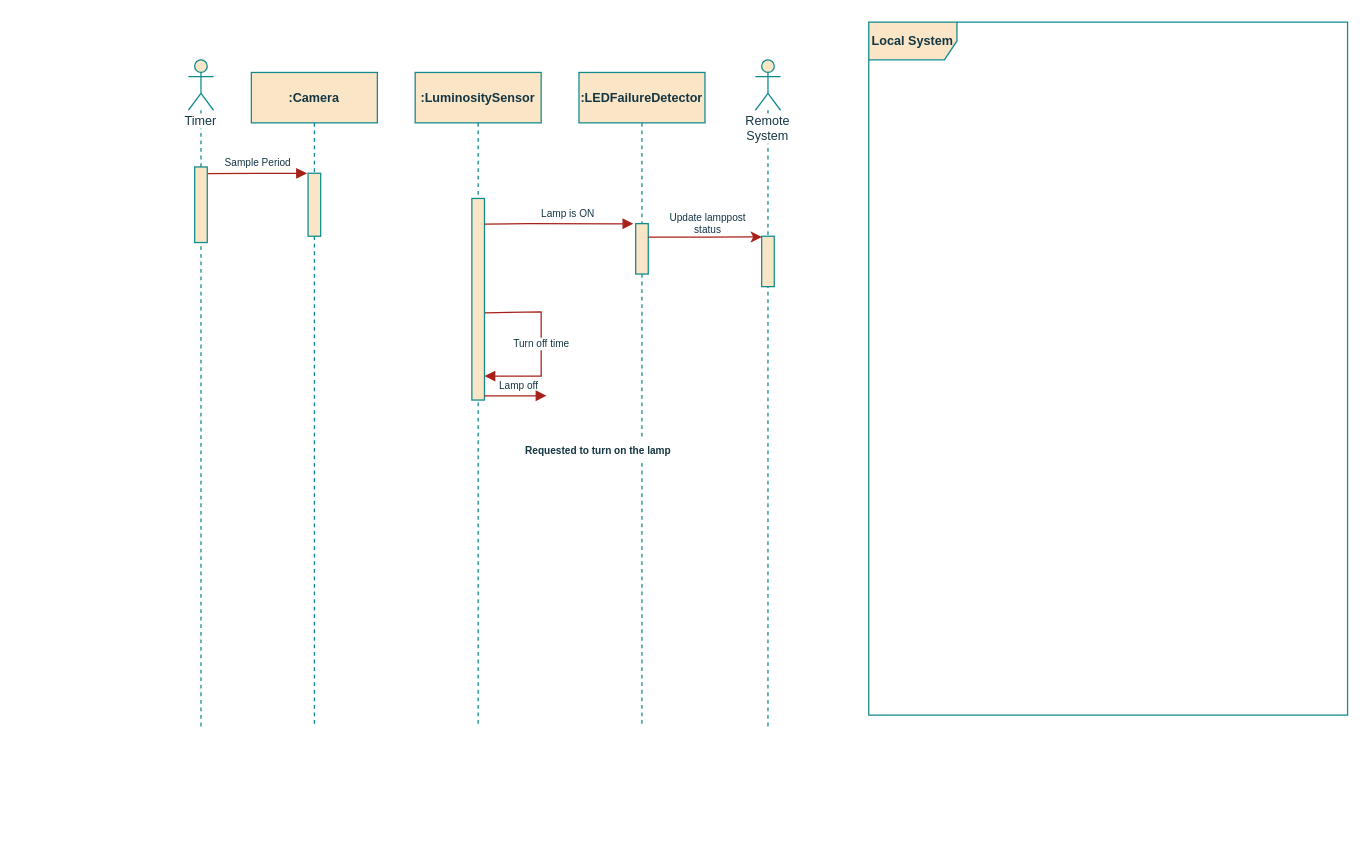
This is page "LS_SeqDiagram_Sensors" (3 of 10) of project/report/flowcharts/LocalSystem.drawio from ESRGgroup9/slipad, a draw.io file, before an edit. Source tidied: cells renumbered, new cells numbered last; positions are measured from the earlier drawing's top-left corner, leaving out a move shared by most shapes. Both pictures are drawn from the tidied source at 126%, with x=0, y=0 at pixel (188, 21).
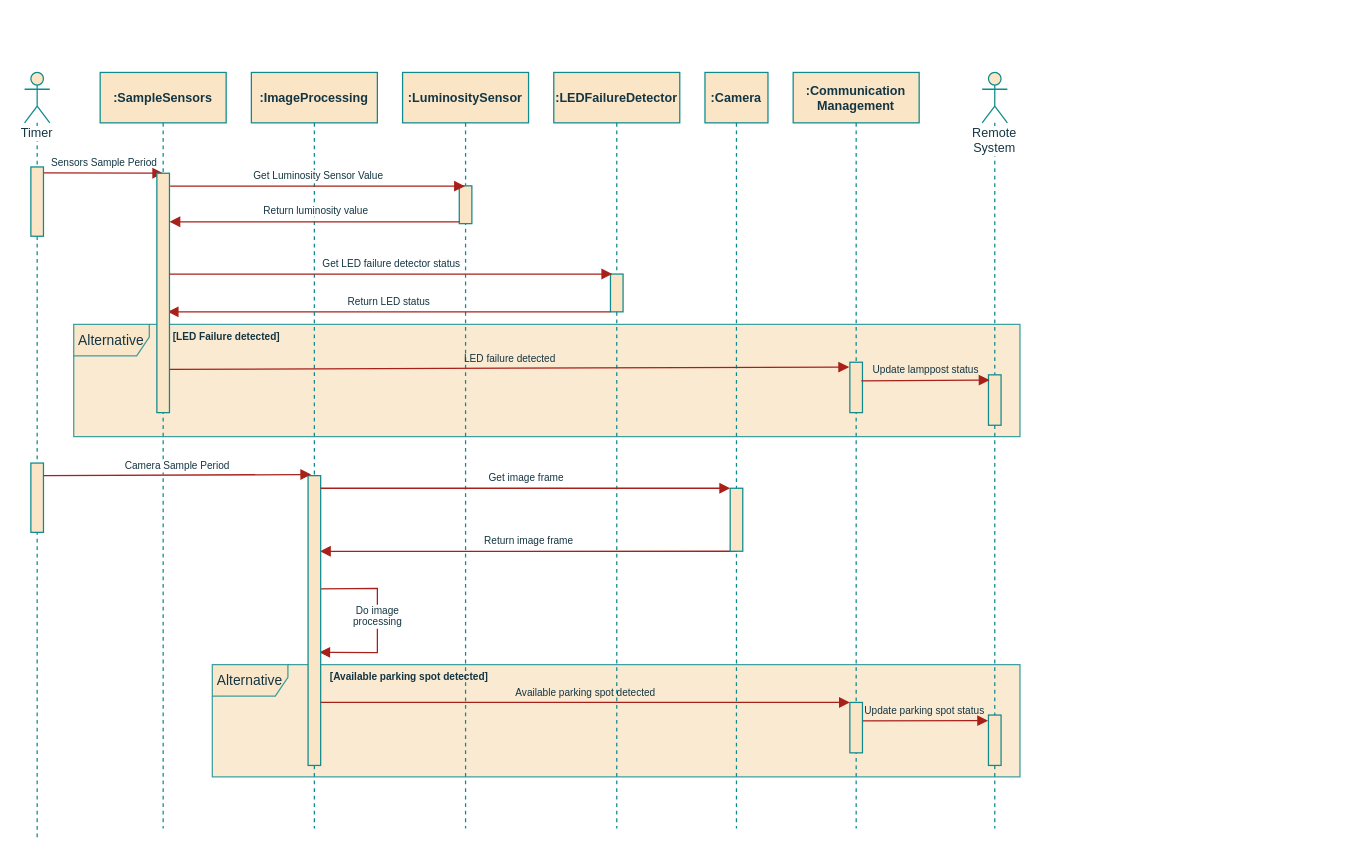
After the change.

Diff of the diagram source:
```diff
@@
+    <mxCell id="19" value="&lt;font style=&quot;font-size: 11px&quot;&gt;Alternative&lt;/font&gt;" style="shape=umlFrame;whiteSpace=wrap;html=1;width=60;height=25;fillColor=#FAE5C7;strokeColor=#0F8B8D;fontColor=#143642;swimlaneFillColor=#FAE5C7;opacity=80;" parent="1" vertex="1">
+      <mxGeometry x="19" y="510" width="641" height="89" as="geometry" />
+    </mxCell>
+    <mxCell id="20" value="&lt;font style=&quot;font-size: 11px&quot;&gt;Alternative&lt;/font&gt;" style="shape=umlFrame;whiteSpace=wrap;html=1;width=60;height=25;fillColor=#FAE5C7;strokeColor=#0F8B8D;fontColor=#143642;swimlaneFillColor=#FAE5C7;opacity=80;" parent="1" vertex="1">
+      <mxGeometry x="-91" y="240" width="751" height="89" as="geometry" />
+    </mxCell>
     <mxCell id="2" value=":LuminositySensor" style="shape=umlLifeline;perimeter=lifelinePerimeter;whiteSpace=wrap;html=1;outlineConnect=0;fillColor=#FAE5C7;strokeColor=#0F8B8D;fontColor=#143642;fontSize=10;fontStyle=1;" parent="1" vertex="1">
-      <mxGeometry x="180" y="40" width="100" height="520" as="geometry" />
+      <mxGeometry x="170" y="40" width="100" height="600" as="geometry" />
     </mxCell>
     <mxCell id="3" style="html=1;points=[];perimeter=orthogonalPerimeter;fillColor=#FAE5C7;strokeColor=#0F8B8D;fontColor=#143642;" parent="2" vertex="1">
-      <mxGeometry x="45" y="100" width="10" height="160" as="geometry" />
+      <mxGeometry x="45" y="90" width="10" height="30" as="geometry" />
     </mxCell>
-    <mxCell id="4" value="&lt;div&gt;Turn off time&lt;/div&gt;" style="html=1;verticalAlign=bottom;endArrow=block;rounded=0;fontSize=8;labelBackgroundColor=default;strokeColor=#A8201A;fontColor=#143642;labelBorderColor=none;exitX=1.033;exitY=0.567;exitDx=0;exitDy=0;exitPerimeter=0;" parent="2" edge="1" source="3">
-      <mxGeometry x="0.11" relative="1" as="geometry">
-        <mxPoint x="55" y="241" as="targetPoint" />
-        <Array as="points">
-          <mxPoint x="100" y="190" />
-          <mxPoint x="100" y="241" />
-        </Array>
-      </mxGeometry>
-    </mxCell>
     <mxCell id="5" value=":LEDFailureDetector" style="shape=umlLifeline;perimeter=lifelinePerimeter;whiteSpace=wrap;html=1;fillColor=#FAE5C7;strokeColor=#0F8B8D;fontColor=#143642;fontSize=10;fontStyle=1;" parent="1" vertex="1">
-      <mxGeometry x="310" y="40" width="100" height="520" as="geometry" />
+      <mxGeometry x="290" y="40" width="100" height="600" as="geometry" />
     </mxCell>
     <mxCell id="6" style="html=1;points=[];perimeter=orthogonalPerimeter;fillColor=#FAE5C7;strokeColor=#0F8B8D;fontColor=#143642;" parent="5" vertex="1">
-      <mxGeometry x="45" y="120" width="10" height="40" as="geometry" />
+      <mxGeometry x="45" y="160" width="10" height="30" as="geometry" />
     </mxCell>
-    <mxCell id="7" value="&lt;span style=&quot;font-size: 10px;&quot;&gt;&lt;b style=&quot;font-size: 10px;&quot;&gt;Local System&lt;/b&gt;&lt;/span&gt;" style="shape=umlFrame;whiteSpace=wrap;html=1;width=70;height=30;fillColor=#FAE5C7;strokeColor=#0F8B8D;fontColor=#143642;fontSize=10;fontStyle=0;" parent="1" vertex="1">
-      <mxGeometry x="540" width="380" height="550" as="geometry" />
-    </mxCell>
+    <mxCell id="21" value="Return LED status" style="html=1;verticalAlign=bottom;endArrow=block;rounded=0;fontSize=8;labelBackgroundColor=default;strokeColor=#A8201A;fontColor=#143642;entryX=0.14;entryY=0;entryDx=0;entryDy=0;entryPerimeter=0;" parent="5" edge="1">
+      <mxGeometry relative="1" as="geometry">
+        <mxPoint x="45" y="190" as="sourcePoint" />
+        <mxPoint x="-306.4" y="190" as="targetPoint" />
+      </mxGeometry>
+    </mxCell>
+    <mxCell id="22" value="Return image frame" style="html=1;verticalAlign=bottom;endArrow=block;rounded=0;fontSize=8;labelBackgroundColor=none;strokeColor=#A8201A;fontColor=#143642;entryX=0.944;entryY=0.261;entryDx=0;entryDy=0;entryPerimeter=0;" parent="5" edge="1" target="33">
+      <mxGeometry relative="1" as="geometry">
+        <mxPoint x="145" y="380" as="sourcePoint" />
+      </mxGeometry>
+    </mxCell>
-    <mxCell id="8" value="Sample Period" style="html=1;verticalAlign=bottom;endArrow=block;rounded=0;entryX=-0.086;entryY=0.002;entryDx=0;entryDy=0;entryPerimeter=0;fontSize=8;labelBackgroundColor=none;strokeColor=#A8201A;fontColor=#143642;exitX=0.972;exitY=0.087;exitDx=0;exitDy=0;exitPerimeter=0;" parent="1" edge="1" source="10" target="12">
-      <mxGeometry relative="1" as="geometry" />
+    <mxCell id="8" value="Sensors Sample Period" style="html=1;verticalAlign=bottom;endArrow=block;rounded=0;fontSize=8;labelBackgroundColor=none;strokeColor=#A8201A;fontColor=#143642;exitX=0.972;exitY=0.087;exitDx=0;exitDy=0;exitPerimeter=0;" parent="1" edge="1" source="10">
+      <mxGeometry relative="1" as="geometry">
+        <mxPoint x="-20" y="120" as="targetPoint" />
+      </mxGeometry>
     </mxCell>
     <mxCell id="9" value="Timer" style="shape=umlLifeline;participant=umlActor;perimeter=lifelinePerimeter;whiteSpace=wrap;html=1;verticalAlign=top;spacingTop=36;size=40;labelBackgroundColor=default;fillColor=#FAE5C7;strokeColor=#0F8B8D;fontColor=#143642;fontSize=10;" parent="1" vertex="1">
-      <mxGeometry y="30" width="20" height="530" as="geometry" />
+      <mxGeometry x="-130" y="40" width="20" height="610" as="geometry" />
     </mxCell>
     <mxCell id="10" style="html=1;points=[];perimeter=orthogonalPerimeter;fillColor=#FAE5C7;strokeColor=#0F8B8D;fontColor=#143642;" parent="9" vertex="1">
-      <mxGeometry x="5" y="85" width="10" height="60" as="geometry" />
+      <mxGeometry x="5" y="75" width="10" height="55" as="geometry" />
     </mxCell>
+    <mxCell id="23" style="html=1;points=[];perimeter=orthogonalPerimeter;fillColor=#FAE5C7;strokeColor=#0F8B8D;fontColor=#143642;" parent="9" vertex="1">
+      <mxGeometry x="5" y="310" width="10" height="55" as="geometry" />
+    </mxCell>
     <mxCell id="11" value=":Camera" style="shape=umlLifeline;perimeter=lifelinePerimeter;whiteSpace=wrap;html=1;fillColor=#FAE5C7;strokeColor=#0F8B8D;fontColor=#143642;fontSize=10;fontStyle=1;" parent="1" vertex="1">
-      <mxGeometry x="50" y="40" width="100" height="520" as="geometry" />
+      <mxGeometry x="410" y="40" width="50" height="600" as="geometry" />
     </mxCell>
     <mxCell id="12" style="html=1;points=[];perimeter=orthogonalPerimeter;fillColor=#FAE5C7;strokeColor=#0F8B8D;fontColor=#143642;" parent="11" vertex="1">
-      <mxGeometry x="45" y="80" width="10" height="50" as="geometry" />
+      <mxGeometry x="20" y="330" width="10" height="50" as="geometry" />
     </mxCell>
-    <mxCell id="13" value="Lamp is ON" style="html=1;verticalAlign=bottom;endArrow=block;rounded=0;fontSize=8;labelBackgroundColor=none;strokeColor=#A8201A;fontColor=#143642;labelBorderColor=none;entryX=-0.186;entryY=0.003;entryDx=0;entryDy=0;entryPerimeter=0;exitX=1;exitY=0.127;exitDx=0;exitDy=0;exitPerimeter=0;" parent="1" edge="1" source="3" target="6">
-      <mxGeometry x="0.11" relative="1" as="geometry">
-        <Array as="points">
-          <mxPoint x="270" y="160" />
-        </Array>
-      </mxGeometry>
-    </mxCell>
     <mxCell id="14" value="Remote System" style="shape=umlLifeline;participant=umlActor;perimeter=lifelinePerimeter;whiteSpace=wrap;html=1;verticalAlign=top;spacingTop=36;size=40;labelBackgroundColor=default;fillColor=#FAE5C7;strokeColor=#0F8B8D;fontColor=#143642;fontSize=10;" parent="1" vertex="1">
-      <mxGeometry x="450" y="30" width="20" height="530" as="geometry" />
+      <mxGeometry x="630" y="40" width="20" height="600" as="geometry" />
     </mxCell>
+    <mxCell id="24" style="html=1;points=[];perimeter=orthogonalPerimeter;fillColor=#FAE5C7;strokeColor=#0F8B8D;fontColor=#143642;" parent="14" vertex="1">
+      <mxGeometry x="5" y="240" width="10" height="40" as="geometry" />
+    </mxCell>
+    <mxCell id="25" style="html=1;points=[];perimeter=orthogonalPerimeter;fillColor=#FAE5C7;strokeColor=#0F8B8D;fontColor=#143642;" parent="14" vertex="1">
+      <mxGeometry x="5" y="510" width="10" height="40" as="geometry" />
+    </mxCell>
+    <mxCell id="26" value="Update parking spot status" style="html=1;verticalAlign=bottom;endArrow=block;rounded=0;fontSize=8;labelBackgroundColor=none;strokeColor=#A8201A;fontColor=#143642;exitX=0.914;exitY=0.368;exitDx=0;exitDy=0;exitPerimeter=0;entryX=-0.029;entryY=0.111;entryDx=0;entryDy=0;entryPerimeter=0;" parent="14" edge="1" target="25">
+      <mxGeometry relative="1" as="geometry">
+        <mxPoint x="-95.9" y="514.7" as="sourcePoint" />
+      </mxGeometry>
+    </mxCell>
+    <mxCell id="27" value=":SampleSensors" style="shape=umlLifeline;perimeter=lifelinePerimeter;whiteSpace=wrap;html=1;fillColor=#FAE5C7;strokeColor=#0F8B8D;fontColor=#143642;fontSize=10;fontStyle=1;" parent="1" vertex="1">
+      <mxGeometry x="-70" y="40" width="100" height="600" as="geometry" />
+    </mxCell>
+    <mxCell id="28" style="html=1;points=[];perimeter=orthogonalPerimeter;fillColor=#FAE5C7;strokeColor=#0F8B8D;fontColor=#143642;" parent="27" vertex="1">
+      <mxGeometry x="45" y="80" width="10" height="190" as="geometry" />
+    </mxCell>
+    <mxCell id="29" value=":ImageProcessing" style="shape=umlLifeline;perimeter=lifelinePerimeter;whiteSpace=wrap;html=1;fillColor=#FAE5C7;strokeColor=#0F8B8D;fontColor=#143642;fontSize=10;fontStyle=1;" parent="1" vertex="1">
+      <mxGeometry x="50" y="40" width="100" height="600" as="geometry" />
+    </mxCell>
+    <mxCell id="30" value="&lt;div&gt;Do image&lt;/div&gt;&lt;div&gt;processing&lt;br&gt;&lt;/div&gt;" style="html=1;verticalAlign=bottom;endArrow=block;rounded=0;fontSize=8;labelBackgroundColor=default;strokeColor=#A8201A;fontColor=#143642;labelBorderColor=none;entryX=0.886;entryY=1.005;entryDx=0;entryDy=0;entryPerimeter=0;exitX=1.029;exitY=0.645;exitDx=0;exitDy=0;exitPerimeter=0;" parent="29" edge="1">
+      <mxGeometry x="0.11" relative="1" as="geometry">
+        <mxPoint x="55.3" y="409.8" as="sourcePoint" />
+        <mxPoint x="53.9" y="460.2" as="targetPoint" />
+        <Array as="points">
+          <mxPoint x="100" y="409.5" />
+          <mxPoint x="100" y="460.5" />
+        </Array>
+      </mxGeometry>
+    </mxCell>
+    <mxCell id="31" value="Get Luminosity Sensor Value" style="html=1;verticalAlign=bottom;endArrow=block;rounded=0;fontSize=8;labelBackgroundColor=default;strokeColor=#A8201A;fontColor=#143642;exitX=1.055;exitY=0.054;exitDx=0;exitDy=0;exitPerimeter=0;" parent="1" edge="1" source="28" target="2">
+      <mxGeometry relative="1" as="geometry" />
+    </mxCell>
+    <mxCell id="32" value="Get LED failure detector status" style="html=1;verticalAlign=bottom;endArrow=block;rounded=0;fontSize=8;labelBackgroundColor=default;strokeColor=#A8201A;fontColor=#143642;entryX=0.14;entryY=0;entryDx=0;entryDy=0;entryPerimeter=0;" parent="1" edge="1" target="6">
+      <mxGeometry relative="1" as="geometry">
+        <mxPoint x="-15" y="200" as="sourcePoint" />
+      </mxGeometry>
+    </mxCell>
+    <mxCell id="33" style="html=1;points=[];perimeter=orthogonalPerimeter;fillColor=#FAE5C7;strokeColor=#0F8B8D;fontColor=#143642;" parent="1" vertex="1">
+      <mxGeometry x="95" y="360" width="10" height="230" as="geometry" />
+    </mxCell>
+    <mxCell id="34" value="Camera Sample Period" style="html=1;verticalAlign=bottom;endArrow=block;rounded=0;fontSize=8;labelBackgroundColor=default;strokeColor=#A8201A;fontColor=#143642;entryX=0.248;entryY=-0.004;entryDx=0;entryDy=0;entryPerimeter=0;exitX=1.019;exitY=0.183;exitDx=0;exitDy=0;exitPerimeter=0;" parent="1" edge="1" source="23" target="33">
+      <mxGeometry relative="1" as="geometry" />
+    </mxCell>
+    <mxCell id="35" value="Get image frame" style="html=1;verticalAlign=bottom;endArrow=block;rounded=0;fontSize=8;labelBackgroundColor=none;strokeColor=#A8201A;fontColor=#143642;" parent="1" edge="1" source="33">
+      <mxGeometry relative="1" as="geometry">
+        <mxPoint x="430" y="370" as="targetPoint" />
+      </mxGeometry>
+    </mxCell>
+    <mxCell id="36" style="html=1;verticalAlign=bottom;endArrow=block;rounded=0;fontSize=8;labelBackgroundColor=default;strokeColor=#A8201A;fontColor=#143642;exitX=0.021;exitY=0.951;exitDx=0;exitDy=0;exitPerimeter=0;" parent="1" edge="1" source="3" target="28">
+      <mxGeometry relative="1" as="geometry" />
+    </mxCell>
+    <mxCell id="37" value="Return luminosity value" style="edgeLabel;html=1;align=center;verticalAlign=middle;fontSize=8;fontColor=#143642;" parent="36" vertex="1">
+      <mxGeometry x="0.2" relative="1" as="geometry">
+        <mxPoint x="23" y="-9" as="offset" />
+      </mxGeometry>
+    </mxCell>
+    <mxCell id="38" value=":Communication Management" style="shape=umlLifeline;perimeter=lifelinePerimeter;whiteSpace=wrap;html=1;fillColor=#FAE5C7;strokeColor=#0F8B8D;fontColor=#143642;fontSize=10;fontStyle=1;" parent="1" vertex="1">
+      <mxGeometry x="480" y="40" width="100" height="600" as="geometry" />
+    </mxCell>
+    <mxCell id="39" style="html=1;points=[];perimeter=orthogonalPerimeter;fillColor=#FAE5C7;strokeColor=#0F8B8D;fontColor=#143642;" parent="38" vertex="1">
+      <mxGeometry x="45" y="500" width="10" height="40" as="geometry" />
+    </mxCell>
+    <mxCell id="40" value="LED failure detected" style="html=1;verticalAlign=bottom;endArrow=block;rounded=0;fontSize=8;labelBackgroundColor=none;strokeColor=#A8201A;fontColor=#143642;entryX=-0.057;entryY=0.096;entryDx=0;entryDy=0;entryPerimeter=0;exitX=1.01;exitY=0.819;exitDx=0;exitDy=0;exitPerimeter=0;" parent="1" edge="1" source="28" target="15">
+      <mxGeometry relative="1" as="geometry" />
+    </mxCell>
+    <mxCell id="41" value="&lt;b&gt;[LED Failure detected]&lt;/b&gt;" style="text;html=1;align=center;verticalAlign=middle;strokeColor=none;fillColor=none;fontSize=8;fontColor=#143642;" parent="1" vertex="1">
+      <mxGeometry x="-20" y="240" width="100" height="20" as="geometry" />
+    </mxCell>
-    <mxCell id="15" style="html=1;points=[];perimeter=orthogonalPerimeter;fillColor=#FAE5C7;strokeColor=#0F8B8D;fontColor=#143642;" parent="14" vertex="1">
-      <mxGeometry x="5" y="140" width="10" height="40" as="geometry" />
+    <mxCell id="15" style="html=1;points=[];perimeter=orthogonalPerimeter;fillColor=#FAE5C7;strokeColor=#0F8B8D;fontColor=#143642;" parent="1" vertex="1">
+      <mxGeometry x="525" y="270" width="10" height="40" as="geometry" />
     </mxCell>
+    <mxCell id="42" value="Available parking spot detected" style="html=1;verticalAlign=bottom;endArrow=block;rounded=0;fontSize=8;labelBackgroundColor=none;strokeColor=#A8201A;fontColor=#143642;" parent="1" edge="1" target="39">
+      <mxGeometry relative="1" as="geometry">
+        <mxPoint x="105" y="540" as="sourcePoint" />
+      </mxGeometry>
+    </mxCell>
-    <mxCell id="16" value="&lt;div&gt;Update lamppost&lt;/div&gt;&lt;div&gt;status&lt;/div&gt;" style="edgeStyle=orthogonalEdgeStyle;rounded=0;sketch=0;jettySize=auto;html=1;entryX=0.021;entryY=0.014;entryDx=0;entryDy=0;entryPerimeter=0;labelBackgroundColor=default;labelBorderColor=none;fontColor=#143642;strokeColor=#A8201A;fillColor=#FAE5C7;fontSize=8;" parent="1" edge="1" source="6" target="15">
-      <mxGeometry x="0.05" y="11" relative="1" as="geometry">
-        <Array as="points">
-          <mxPoint x="410" y="171" />
-        </Array>
-      </mxGeometry>
+    <mxCell id="16" value="Update lamppost status" style="html=1;verticalAlign=bottom;endArrow=block;rounded=0;fontSize=8;labelBackgroundColor=none;strokeColor=#A8201A;fontColor=#143642;exitX=0.914;exitY=0.368;exitDx=0;exitDy=0;exitPerimeter=0;entryX=0.086;entryY=0.104;entryDx=0;entryDy=0;entryPerimeter=0;" parent="1" edge="1" source="15" target="24">
+      <mxGeometry relative="1" as="geometry" />
     </mxCell>
-    <mxCell id="17" value="&lt;div&gt;&lt;b&gt;Requested to turn on the lamp&lt;/b&gt;&lt;/div&gt;" style="text;html=1;align=center;verticalAlign=middle;strokeColor=none;fillColor=default;fontSize=8;fontColor=#143642;" parent="1" vertex="1">
-      <mxGeometry x="260" y="330" width="130" height="20" as="geometry" />
-    </mxCell>
-    <mxCell id="18" value="Lamp off" style="html=1;verticalAlign=bottom;endArrow=block;rounded=0;fontSize=8;labelBackgroundColor=none;strokeColor=#A8201A;fontColor=#143642;labelBorderColor=none;exitX=0.972;exitY=0.979;exitDx=0;exitDy=0;exitPerimeter=0;entryX=-0.083;entryY=0.217;entryDx=0;entryDy=0;entryPerimeter=0;" parent="1" edge="1" source="3">
-      <mxGeometry x="0.08" relative="1" as="geometry">
-        <mxPoint x="284.2" y="296.6" as="targetPoint" />
-      </mxGeometry>
-    </mxCell>
+    <mxCell id="43" value="[Available parking spot detected]" style="text;html=1;align=center;verticalAlign=middle;strokeColor=none;fillColor=none;fontSize=8;fontColor=#143642;fontStyle=1;" parent="1" vertex="1">
+      <mxGeometry x="105" y="510" width="140" height="20" as="geometry" />
+    </mxCell>
```
